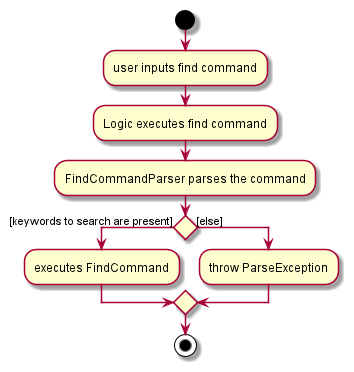
Before: docs/images/FindCommandActivityDiagram.png, a diagram exported from PlantUML (nus-cs2103-AY2122S1/tp). Its diagram source:
```plantuml
@startuml
start
:user inputs find command;
:Logic executes find command;
:FindCommandParser parses the command;

    if () then ([keywords to search are present])
        :executes FindCommand;

    else ([else])
    :throw ParseException;
    endif

stop

@enduml
```
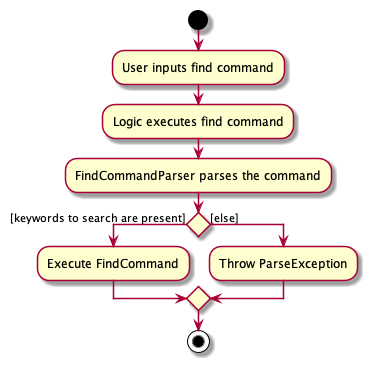
Above is the later version.

The edit, as a diff of the source:
```diff
@@ -1,14 +1,15 @@
 @startuml
+
 start
-:user inputs find command;
+:User inputs find command;
 :Logic executes find command;
 :FindCommandParser parses the command;
 
     if () then ([keywords to search are present])
-        :executes FindCommand;
+        :Execute FindCommand;
 
     else ([else])
-    :throw ParseException;
+    :Throw ParseException;
     endif
 
 stop
```
